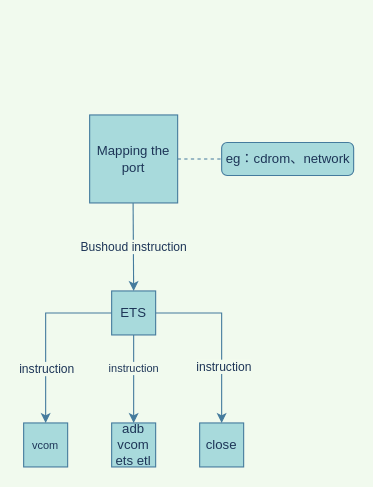
baiziqing/baiziqing.github.io keeps this draw.io diagram as 未命名绘图.drawio. Above is the earlier version. Source tidied: cells renumbered, new cells numbered last; positions are measured from the earlier drawing's top-left corner, leaving out a move shared by most shapes. Both pictures are drawn from the tidied source at 110%, with x=0, y=0 at pixel (23, 114).
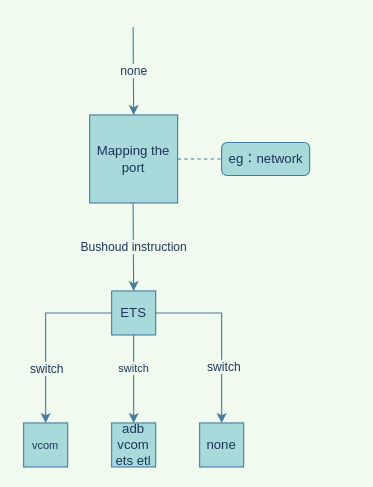
The same page after the edit.

Commit message:
更新未命名绘图.drawio

Unchanged cells that the change refers to:
```xml
<mxCell id="7" value="adb vcom ets etl" style="whiteSpace=wrap;html=1;rounded=0;shadow=0;glass=0;sketch=0;fillColor=#A8DADC;strokeColor=#457B9D;fontColor=#1D3557;" parent="1" vertex="1">
  <mxGeometry x="80" y="280" width="40" height="40" as="geometry" />
</mxCell>
<mxCell id="9" style="edgeStyle=elbowEdgeStyle;elbow=vertical;endArrow=classic;html=1;rounded=0;fontSize=10;exitX=0;exitY=0.5;exitDx=0;exitDy=0;entryX=0.5;entryY=0;entryDx=0;entryDy=0;labelBackgroundColor=#F1FAEE;strokeColor=#457B9D;fontColor=#1D3557;" parent="1" edge="1" source="5" target="6">
  <mxGeometry relative="1" as="geometry">
    <Array as="points">
      <mxPoint x="50" y="180" />
    </Array>
  </mxGeometry>
</mxCell>
<mxCell id="11" style="edgeStyle=elbowEdgeStyle;elbow=vertical;endArrow=classic;html=1;rounded=0;fontSize=10;exitX=1;exitY=0.5;exitDx=0;exitDy=0;entryX=0.5;entryY=0;entryDx=0;entryDy=0;labelBackgroundColor=#F1FAEE;strokeColor=#457B9D;fontColor=#1D3557;" parent="1" edge="1" source="5" target="8">
  <mxGeometry relative="1" as="geometry">
    <Array as="points">
      <mxPoint x="160" y="180" />
    </Array>
  </mxGeometry>
</mxCell>
```

The edit, as a diff of the source:
```diff
@@
-    <mxCell id="8" value="close" style="whiteSpace=wrap;html=1;rounded=0;shadow=0;glass=0;sketch=0;fillColor=#A8DADC;strokeColor=#457B9D;fontColor=#1D3557;" parent="1" vertex="1">
+    <mxCell id="8" value="none" style="whiteSpace=wrap;html=1;rounded=0;shadow=0;glass=0;sketch=0;fillColor=#A8DADC;strokeColor=#457B9D;fontColor=#1D3557;" parent="1" vertex="1">
       <mxGeometry x="160" y="280" width="40" height="40" as="geometry" />
     </mxCell>
@@
-    <mxCell id="10" value="instruction" style="edgeLabel;html=1;align=center;verticalAlign=middle;fontColor=#1D3557;labelBackgroundColor=#F1FAEE;" parent="9" vertex="1">
+    <mxCell id="10" value="switch" style="edgeLabel;html=1;align=center;verticalAlign=middle;fontColor=#1D3557;labelBackgroundColor=#F1FAEE;" parent="9" vertex="1">
       <mxGeometry x="0.29" y="-1" relative="1" as="geometry">
         <mxPoint x="1" y="7" as="offset" />
       </mxGeometry>
     </mxCell>
@@
-    <mxCell id="12" value="instruction" style="edgeLabel;html=1;align=center;verticalAlign=middle;fontColor=#1D3557;labelBackgroundColor=#F1FAEE;" parent="11" vertex="1">
+    <mxCell id="12" value="switch" style="edgeLabel;html=1;align=center;verticalAlign=middle;fontColor=#1D3557;labelBackgroundColor=#F1FAEE;" parent="11" vertex="1">
       <mxGeometry x="0.35" y="1" relative="1" as="geometry" />
     </mxCell>
-    <mxCell id="13" value="instruction" style="edgeStyle=elbowEdgeStyle;elbow=vertical;endArrow=classic;html=1;rounded=0;fontSize=10;exitX=0;exitY=0.5;exitDx=0;exitDy=0;entryX=0.5;entryY=0;entryDx=0;entryDy=0;labelBackgroundColor=#F1FAEE;strokeColor=#457B9D;fontColor=#1D3557;" parent="1" edge="1" target="7">
+    <mxCell id="13" value="switch" style="edgeStyle=elbowEdgeStyle;elbow=vertical;endArrow=classic;html=1;rounded=0;fontSize=10;exitX=0;exitY=0.5;exitDx=0;exitDy=0;entryX=0.5;entryY=0;entryDx=0;entryDy=0;labelBackgroundColor=#F1FAEE;strokeColor=#457B9D;fontColor=#1D3557;" parent="1" edge="1" target="7">
       <mxGeometry x="-0.25" relative="1" as="geometry">
         <mxPoint x="100" y="200" as="sourcePoint" />
       </mxGeometry>
     </mxCell>
@@
-    <mxCell id="17" value="eg：cdrom、network" style="html=1;rounded=1;absoluteArcSize=1;arcSize=10;strokeColor=#457B9D;fontColor=#1D3557;fillColor=#A8DADC;" parent="1" vertex="1">
-      <mxGeometry x="180" y="25" width="120" height="30" as="geometry" />
+    <mxCell id="17" value="eg：network" style="html=1;rounded=1;absoluteArcSize=1;arcSize=10;strokeColor=#457B9D;fontColor=#1D3557;fillColor=#A8DADC;" parent="1" vertex="1">
+      <mxGeometry x="180" y="25" width="80" height="30" as="geometry" />
     </mxCell>
@@
+    <mxCell id="19" value="none" style="endArrow=classic;html=1;rounded=0;labelBackgroundColor=#F1FAEE;strokeColor=#457B9D;fontColor=#1D3557;" parent="1" edge="1">
+      <mxGeometry relative="1" as="geometry">
+        <mxPoint x="99.5" y="-80" as="sourcePoint" />
+        <mxPoint x="100" as="targetPoint" />
+      </mxGeometry>
+    </mxCell>
+    <mxCell id="20" style="edgeLabel;html=1;align=center;verticalAlign=middle;rounded=0;shadow=0;glass=0;sketch=0;fillColor=#A8DADC;labelBackgroundColor=#F1FAEE;fontColor=#1D3557;" parent="19" vertex="1">
+      <mxGeometry relative="1" as="geometry" />
+    </mxCell>
```
